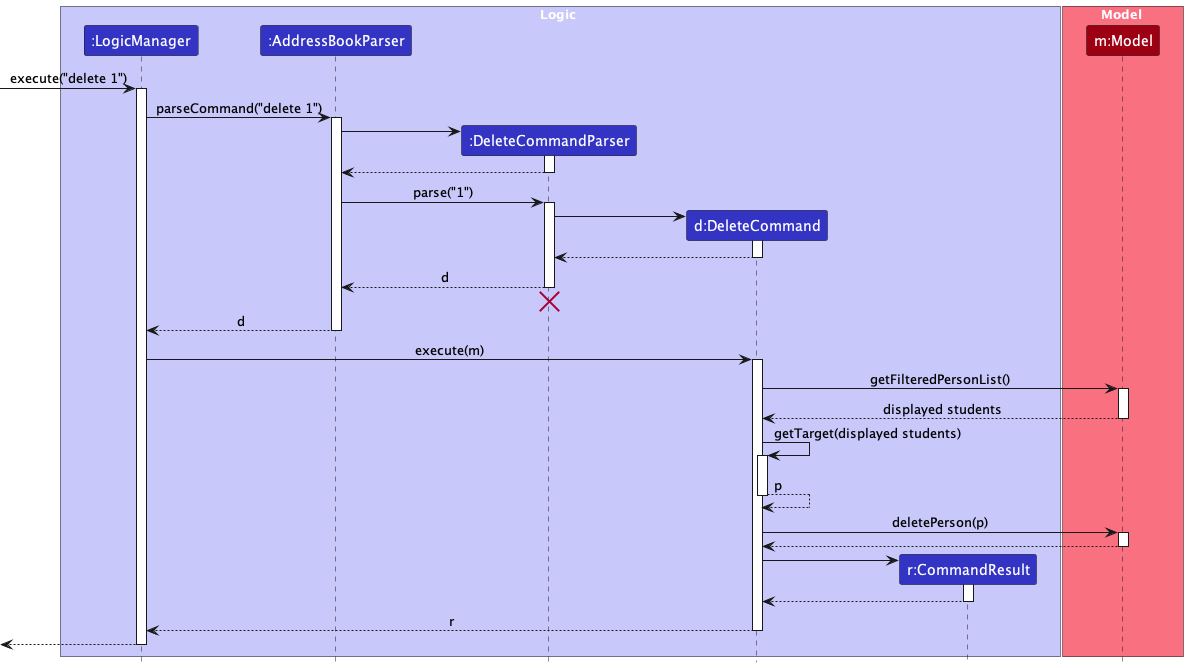
Before: docs/images/DeleteSequenceDiagram.png, a diagram exported from PlantUML (AY2627S1-CS2103T-F09-2a/tp).
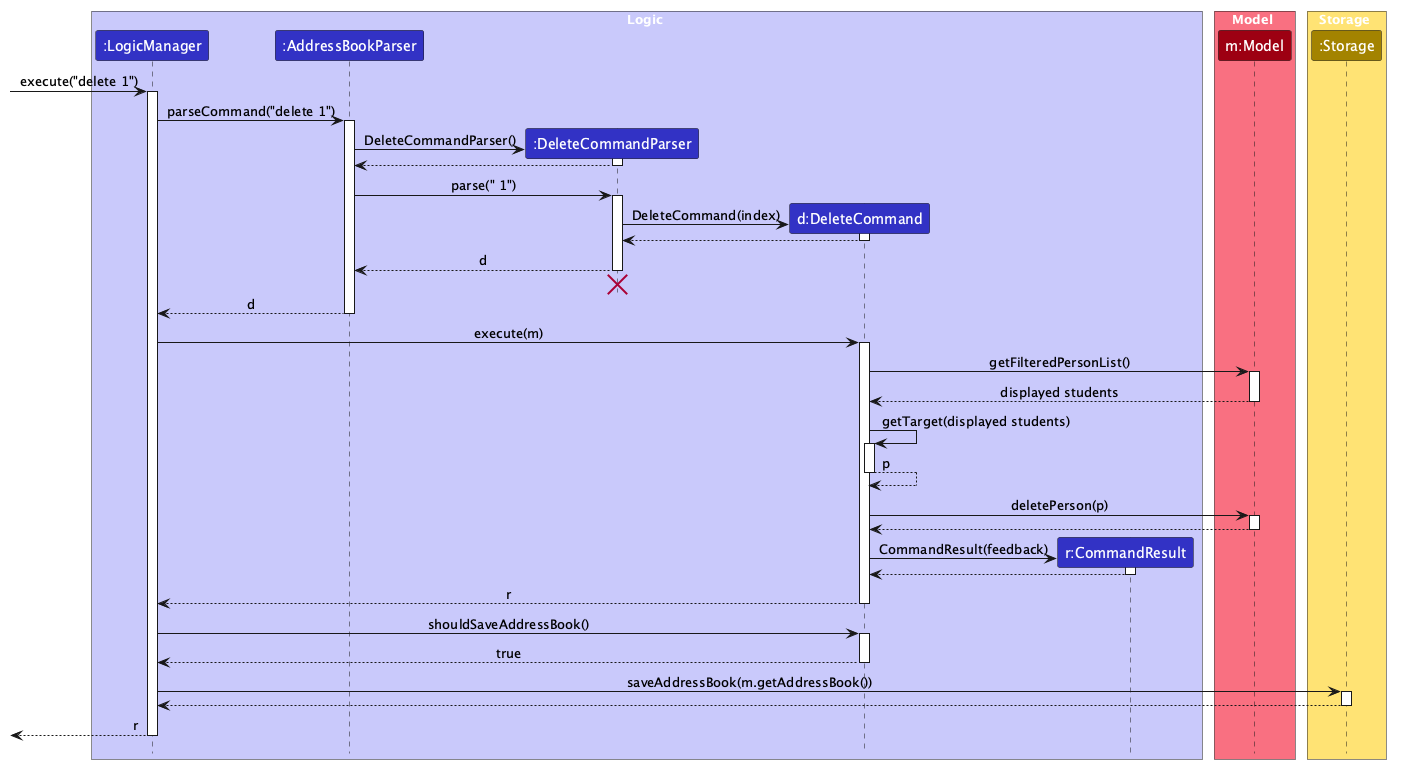
The same diagram one commit later.

Diff of the diagram source:
```diff
@@ -14,6 +14,10 @@
 participant "m:Model" as Model MODEL_COLOR
 end box
 
+box Storage STORAGE_COLOR_T1
+participant ":Storage" as Storage STORAGE_COLOR
+end box
+
 [-> LogicManager : execute("delete 1")
 activate LogicManager
 
@@ -21,20 +25,20 @@
 activate AddressBookParser
 
 create DeleteCommandParser
-AddressBookParser -> DeleteCommandParser
+AddressBookParser -> DeleteCommandParser : DeleteCommandParser()
 activate DeleteCommandParser
 
 DeleteCommandParser --> AddressBookParser
 deactivate DeleteCommandParser
 
-AddressBookParser -> DeleteCommandParser : parse("1")
+AddressBookParser -> DeleteCommandParser : parse(" 1")
 activate DeleteCommandParser
 
 create DeleteCommand
-DeleteCommandParser -> DeleteCommand
+DeleteCommandParser -> DeleteCommand : DeleteCommand(index)
 activate DeleteCommand
 
-DeleteCommand --> DeleteCommandParser :
+DeleteCommand --> DeleteCommandParser
 deactivate DeleteCommand
 
 DeleteCommandParser --> AddressBookParser : d
@@ -67,7 +71,7 @@
 deactivate Model
 
 create CommandResult
-DeleteCommand -> CommandResult
+DeleteCommand -> CommandResult : CommandResult(feedback)
 activate CommandResult
 
 CommandResult --> DeleteCommand
@@ -76,6 +80,18 @@
 DeleteCommand --> LogicManager : r
 deactivate DeleteCommand
 
-[<--LogicManager
+LogicManager -> DeleteCommand : shouldSaveAddressBook()
+activate DeleteCommand
+
+DeleteCommand --> LogicManager : true
+deactivate DeleteCommand
+
+LogicManager -> Storage : saveAddressBook(m.getAddressBook())
+activate Storage
+
+Storage --> LogicManager
+deactivate Storage
+
+[<--LogicManager : r
 deactivate LogicManager
 @enduml
```
